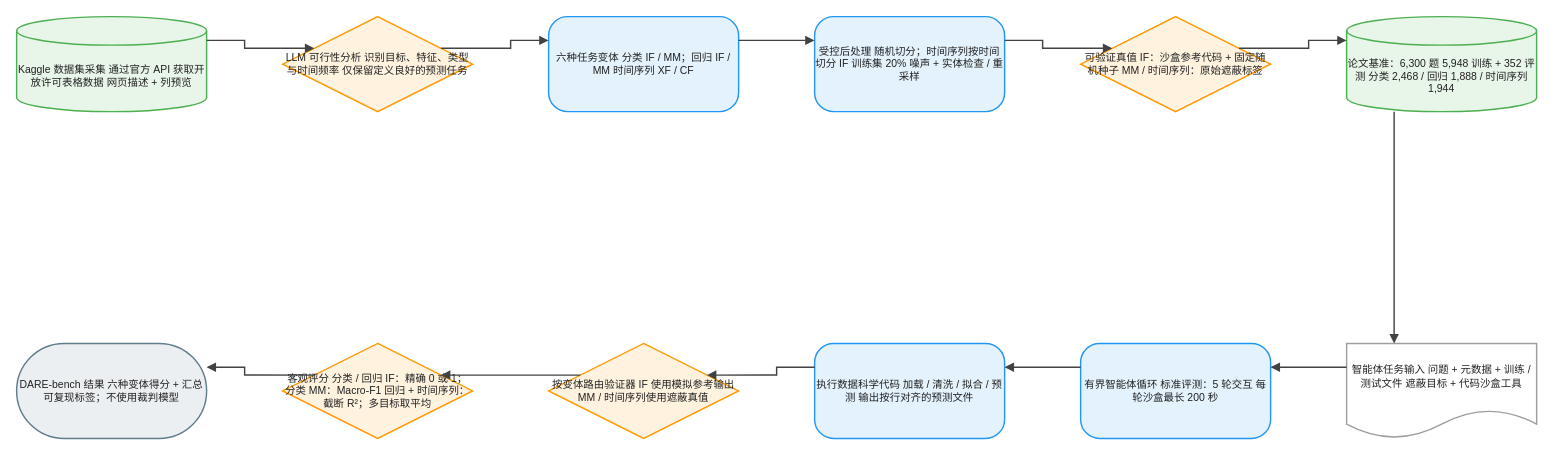
Before: client/public/drawio/DARE-bench/DARE-bench.zh.drawio in joe1chief/benchmark-hub, a draw.io diagram. Source tidied: cells renumbered, new cells numbered last; positions are measured from the earlier drawing's top-left corner, leaving out a move shared by most shapes. Both pictures are drawn from the tidied source at 95%, with x=0, y=0 at pixel (16, 16).
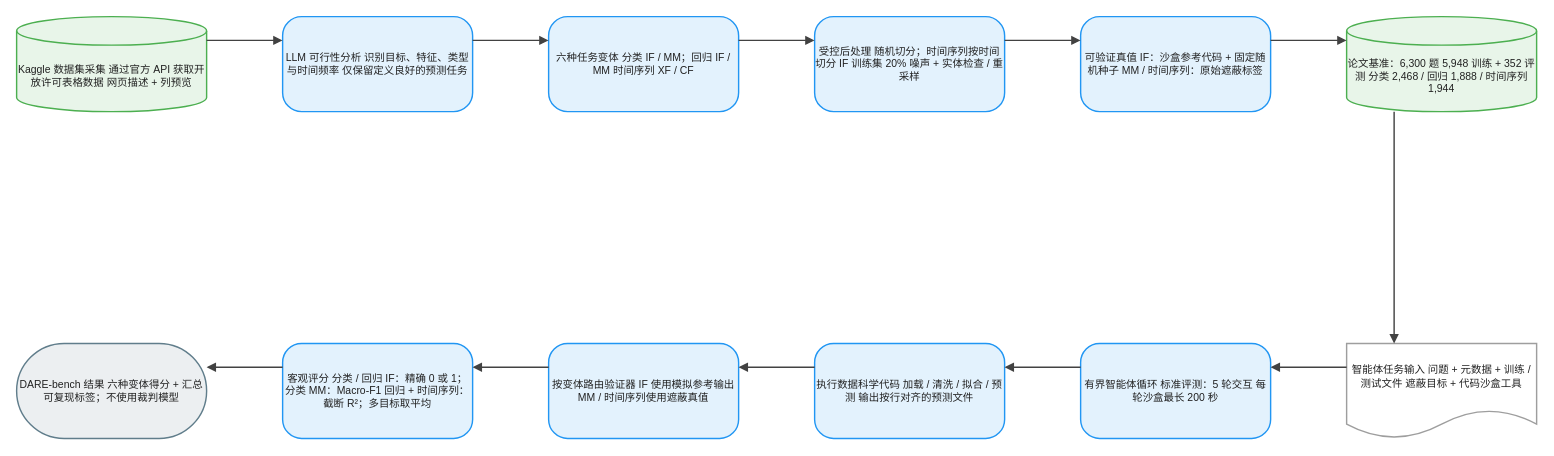
After the change.

The edit, as a diff of the source:
```diff
@@
-    <mxCell id="3" value="LLM 可行性分析 识别目标、特征、类型与时间频率 仅保留定义良好的预测任务" style="rhombus;html=1;whiteSpace=wrap;fillColor=#FFF3E0;strokeColor=#FF9800;strokeWidth=1.5;fontColor=#212121;fontSize=11;fontFamily=Arial, Helvetica, sans-serif;verticalAlign=middle;align=center;" parent="1" vertex="1">
+    <mxCell id="3" value="LLM 可行性分析 识别目标、特征、类型与时间频率 仅保留定义良好的预测任务" style="rounded=1;arcSize=20;html=1;whiteSpace=wrap;fillColor=#E3F2FD;strokeColor=#2196F3;strokeWidth=1.5;fontColor=#212121;fontSize=11;fontFamily=Arial, Helvetica, sans-serif;verticalAlign=middle;align=center;" parent="1" vertex="1">
       <mxGeometry x="280" width="200" height="100" as="geometry" />
     </mxCell>
@@
-    <mxCell id="6" value="可验证真值 IF：沙盒参考代码 + 固定随机种子 MM / 时间序列：原始遮蔽标签" style="rhombus;html=1;whiteSpace=wrap;fillColor=#FFF3E0;strokeColor=#FF9800;strokeWidth=1.5;fontColor=#212121;fontSize=11;fontFamily=Arial, Helvetica, sans-serif;verticalAlign=middle;align=center;" parent="1" vertex="1">
+    <mxCell id="6" value="可验证真值 IF：沙盒参考代码 + 固定随机种子 MM / 时间序列：原始遮蔽标签" style="rounded=1;arcSize=20;html=1;whiteSpace=wrap;fillColor=#E3F2FD;strokeColor=#2196F3;strokeWidth=1.5;fontColor=#212121;fontSize=11;fontFamily=Arial, Helvetica, sans-serif;verticalAlign=middle;align=center;" parent="1" vertex="1">
       <mxGeometry x="1120" width="200" height="100" as="geometry" />
     </mxCell>
@@
-    <mxCell id="11" value="按变体路由验证器 IF 使用模拟参考输出 MM / 时间序列使用遮蔽真值" style="rhombus;html=1;whiteSpace=wrap;fillColor=#FFF3E0;strokeColor=#FF9800;strokeWidth=1.5;fontColor=#212121;fontSize=11;fontFamily=Arial, Helvetica, sans-serif;verticalAlign=middle;align=center;" parent="1" vertex="1">
+    <mxCell id="11" value="按变体路由验证器 IF 使用模拟参考输出 MM / 时间序列使用遮蔽真值" style="rounded=1;arcSize=20;html=1;whiteSpace=wrap;fillColor=#E3F2FD;strokeColor=#2196F3;strokeWidth=1.5;fontColor=#212121;fontSize=11;fontFamily=Arial, Helvetica, sans-serif;verticalAlign=middle;align=center;" parent="1" vertex="1">
       <mxGeometry x="560" y="344" width="200" height="100" as="geometry" />
     </mxCell>
-    <mxCell id="12" value="客观评分 分类 / 回归 IF：精确 0 或 1；分类 MM：Macro-F1 回归 + 时间序列：截断 R²；多目标取平均" style="rhombus;html=1;whiteSpace=wrap;fillColor=#FFF3E0;strokeColor=#FF9800;strokeWidth=1.5;fontColor=#212121;fontSize=11;fontFamily=Arial, Helvetica, sans-serif;verticalAlign=middle;align=center;" parent="1" vertex="1">
+    <mxCell id="12" value="客观评分 分类 / 回归 IF：精确 0 或 1；分类 MM：Macro-F1 回归 + 时间序列：截断 R²；多目标取平均" style="rounded=1;arcSize=20;html=1;whiteSpace=wrap;fillColor=#E3F2FD;strokeColor=#2196F3;strokeWidth=1.5;fontColor=#212121;fontSize=11;fontFamily=Arial, Helvetica, sans-serif;verticalAlign=middle;align=center;" parent="1" vertex="1">
       <mxGeometry x="280" y="344" width="200" height="100" as="geometry" />
     </mxCell>
```
